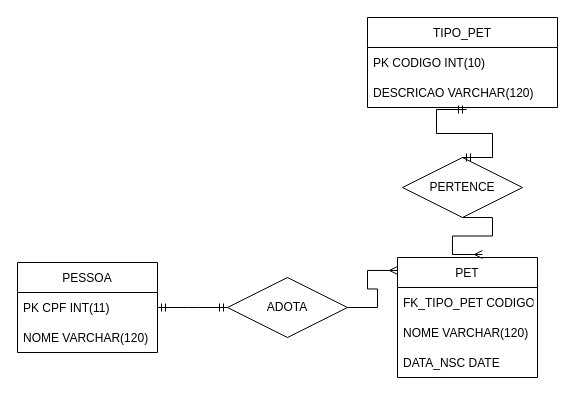
Earlier version of the draw.io diagram Diagrama sem nome.drawio (jaco1988/mdc053). Source tidied: cells renumbered, new cells numbered last; positions are measured from the earlier drawing's top-left corner, leaving out a move shared by most shapes. Both pictures are drawn from the tidied source at 100%, with x=0, y=0 at pixel (17, 17).
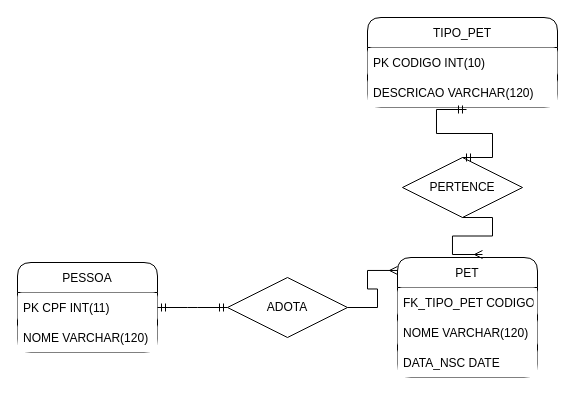
The same diagram, later.

The edit, as a diff of the source:
```diff
@@
 <mxGraphModel>
   <root>
     <mxCell id="0" />
     <mxCell id="1" parent="0" />
-    <mxCell id="2" value="TIPO_PET" style="swimlane;fontStyle=0;horizontal=1;startSize=30;" parent="1" vertex="1">
+    <mxCell id="2" value="TIPO_PET" style="swimlane;fontStyle=0;horizontal=1;startSize=30;rounded=1;" parent="1" vertex="1">
       <mxGeometry x="350" width="190" height="90" as="geometry" />
     </mxCell>
-    <mxCell id="3" value="PK CODIGO INT(10)" style="text;align=left;verticalAlign=middle;spacingLeft=4;spacingRight=4;overflow=hidden;" parent="2" vertex="1">
+    <mxCell id="3" value="PK CODIGO INT(10)" style="text;align=left;verticalAlign=middle;spacingLeft=4;spacingRight=4;overflow=hidden;fillColor=default;rounded=1;" parent="2" vertex="1">
       <mxGeometry y="30" width="190" height="30" as="geometry" />
     </mxCell>
-    <mxCell id="4" value="DESCRICAO VARCHAR(120)" style="text;strokeColor=none;fillColor=none;align=left;verticalAlign=middle;spacingLeft=4;spacingRight=4;overflow=hidden;points=[[0,0.5],[1,0.5]];portConstraint=eastwest;" parent="2" vertex="1">
+    <mxCell id="4" value="DESCRICAO VARCHAR(120)" style="text;align=left;verticalAlign=middle;spacingLeft=4;spacingRight=4;overflow=hidden;points=[[0,0.5],[1,0.5]];portConstraint=eastwest;fillColor=default;rounded=1;" parent="2" vertex="1">
       <mxGeometry y="60" width="190" height="30" as="geometry" />
     </mxCell>
-    <mxCell id="5" value="PESSOA" style="swimlane;fontStyle=0;horizontal=1;startSize=30;" parent="1" vertex="1">
+    <mxCell id="5" value="PESSOA" style="swimlane;fontStyle=0;horizontal=1;startSize=30;rounded=1;" parent="1" vertex="1">
       <mxGeometry y="245" width="140" height="90" as="geometry" />
     </mxCell>
-    <mxCell id="6" value="PK CPF INT(11)" style="text;strokeColor=none;fillColor=none;align=left;verticalAlign=middle;spacingLeft=4;spacingRight=4;overflow=hidden;points=[[0,0.5],[1,0.5]];portConstraint=eastwest;" parent="5" vertex="1">
+    <mxCell id="6" value="PK CPF INT(11)" style="text;strokeColor=none;fillColor=default;align=left;verticalAlign=middle;spacingLeft=4;spacingRight=4;overflow=hidden;points=[[0,0.5],[1,0.5]];portConstraint=eastwest;rounded=1;" parent="5" vertex="1">
       <mxGeometry y="30" width="140" height="30" as="geometry" />
     </mxCell>
-    <mxCell id="7" value="NOME VARCHAR(120)" style="text;strokeColor=none;fillColor=none;align=left;verticalAlign=middle;spacingLeft=4;spacingRight=4;overflow=hidden;" parent="5" vertex="1">
+    <mxCell id="7" value="NOME VARCHAR(120)" style="text;strokeColor=none;fillColor=default;align=left;verticalAlign=middle;spacingLeft=4;spacingRight=4;overflow=hidden;rounded=1;" parent="5" vertex="1">
       <mxGeometry y="60" width="140" height="30" as="geometry" />
     </mxCell>
-    <mxCell id="8" value="PET" style="swimlane;fontStyle=0;horizontal=1;startSize=30;" parent="1" vertex="1">
+    <mxCell id="8" value="PET" style="swimlane;fontStyle=0;horizontal=1;startSize=30;rounded=1;" parent="1" vertex="1">
       <mxGeometry x="380" y="240" width="140" height="120" as="geometry" />
     </mxCell>
-    <mxCell id="9" value="FK_TIPO_PET CODIGO" style="text;strokeColor=none;fillColor=none;align=left;verticalAlign=middle;spacingLeft=4;spacingRight=4;overflow=hidden;" parent="8" vertex="1">
+    <mxCell id="9" value="FK_TIPO_PET CODIGO" style="text;strokeColor=none;fillColor=default;align=left;verticalAlign=middle;spacingLeft=4;spacingRight=4;overflow=hidden;rounded=1;" parent="8" vertex="1">
       <mxGeometry y="30" width="140" height="30" as="geometry" />
     </mxCell>
-    <mxCell id="10" value="NOME VARCHAR(120)" style="text;strokeColor=none;fillColor=none;align=left;verticalAlign=middle;spacingLeft=4;spacingRight=4;overflow=hidden;" parent="8" vertex="1">
+    <mxCell id="10" value="NOME VARCHAR(120)" style="text;strokeColor=none;fillColor=default;align=left;verticalAlign=middle;spacingLeft=4;spacingRight=4;overflow=hidden;rounded=1;" parent="8" vertex="1">
       <mxGeometry y="60" width="140" height="30" as="geometry" />
     </mxCell>
-    <mxCell id="11" value="DATA_NSC DATE" style="text;strokeColor=none;fillColor=none;align=left;verticalAlign=middle;spacingLeft=4;spacingRight=4;overflow=hidden;" parent="8" vertex="1">
+    <mxCell id="11" value="DATA_NSC DATE" style="text;strokeColor=none;fillColor=default;align=left;verticalAlign=middle;spacingLeft=4;spacingRight=4;overflow=hidden;rounded=1;" parent="8" vertex="1">
       <mxGeometry y="90" width="140" height="30" as="geometry" />
     </mxCell>
     <mxCell id="12" value="PERTENCE" style="shape=rhombus;perimeter=rhombusPerimeter;whiteSpace=wrap;html=1;align=center;" parent="1" vertex="1">
       <mxGeometry x="385" y="140" width="120" height="60" as="geometry" />
     </mxCell>
     <mxCell id="13" value="ADOTA" style="shape=rhombus;perimeter=rhombusPerimeter;whiteSpace=wrap;html=1;align=center;" parent="1" vertex="1">
       <mxGeometry x="210" y="260" width="120" height="60" as="geometry" />
     </mxCell>
     <mxCell id="14" style="edgeStyle=entityRelationEdgeStyle;fontSize=12;html=1;endArrow=ERmandOne;startArrow=ERmandOne;rounded=0;exitX=1;exitY=0.5;exitDx=0;exitDy=0;" parent="1" edge="1" source="6" target="13">
       <mxGeometry relative="1" as="geometry" />
     </mxCell>
     <mxCell id="15" style="edgeStyle=entityRelationEdgeStyle;fontSize=12;html=1;endArrow=ERmandOne;startArrow=ERmandOne;rounded=0;entryX=0.5;entryY=0;entryDx=0;entryDy=0;exitX=0.521;exitY=1.067;exitDx=0;exitDy=0;exitPerimeter=0;" parent="1" edge="1" source="4" target="12">
       <mxGeometry relative="1" as="geometry" />
     </mxCell>
     <mxCell id="16" style="edgeStyle=entityRelationEdgeStyle;fontSize=12;html=1;endArrow=ERmany;rounded=0;entryX=0;entryY=0.108;entryDx=0;entryDy=0;entryPerimeter=0;" parent="1" edge="1" source="13" target="8">
       <mxGeometry relative="1" as="geometry" />
     </mxCell>
     <mxCell id="17" style="edgeStyle=entityRelationEdgeStyle;fontSize=12;html=1;endArrow=ERmany;rounded=0;exitX=0.5;exitY=1;exitDx=0;exitDy=0;entryX=0.607;entryY=-0.025;entryDx=0;entryDy=0;entryPerimeter=0;" parent="1" edge="1" source="12" target="8">
       <mxGeometry relative="1" as="geometry" />
     </mxCell>
   </root>
 </mxGraphModel>
```
